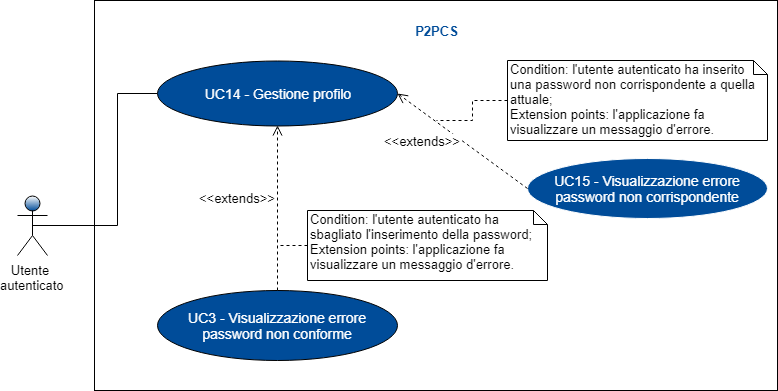
Above: RR/Esterni/Analisi_dei_requisiti/res/images/Schemagenerale5.png in ZeusCode17/P2PCS (draw.io), before the change. Source tidied: cells renumbered, new cells last; positions are measured from the earlier drawing's top-left corner, leaving out a move shared by most shapes. Its diagram source:
```xml
<mxGraphModel>
  <root>
    <mxCell id="0" />
    <mxCell id="1" parent="0" />
    <mxCell id="2" style="rounded=0;whiteSpace=wrap;html=1;" parent="1" vertex="1">
      <mxGeometry x="77" width="683" height="390" as="geometry" />
    </mxCell>
    <mxCell id="3" style="edgeStyle=orthogonalEdgeStyle;rounded=0;jettySize=auto;html=1;endArrow=none;endFill=0;fontSize=14;fontColor=#FFFFFF;exitX=0.5;exitY=0.5;exitDx=0;exitDy=0;exitPerimeter=0;" parent="1" edge="1" source="4" target="5">
      <mxGeometry relative="1" as="geometry">
        <Array as="points">
          <mxPoint x="100" y="225" />
          <mxPoint x="100" y="93" />
        </Array>
      </mxGeometry>
    </mxCell>
    <mxCell id="4" value="Utente&amp;nbsp;&lt;br&gt;autenticato&lt;br style=&quot;font-size: 13px&quot;&gt;" style="shape=umlActor;verticalLabelPosition=bottom;labelBackgroundColor=#ffffff;verticalAlign=top;html=1;shadow=0;strokeColor=#000000;fillColor=#004C99;gradientColor=#ffffff;fontFamily=Helvetica;fontSize=13;fontColor=#000000;gradientDirection=north;" parent="1" vertex="1">
      <mxGeometry y="195" width="30" height="60" as="geometry" />
    </mxCell>
    <mxCell id="5" value="UC14 - Gestione profilo&lt;br&gt;" style="ellipse;whiteSpace=wrap;html=1;fontSize=14;fontColor=#FFFFFF;fillColor=#004C99;" parent="1" vertex="1">
      <mxGeometry x="140" y="60" width="240" height="65" as="geometry" />
    </mxCell>
    <mxCell id="6" value="UC3 - Visualizzazione errore password non conforme" style="ellipse;whiteSpace=wrap;html=1;fontSize=14;fontColor=#FFFFFF;fillColor=#004C99;" parent="1" vertex="1">
      <mxGeometry x="140" y="290" width="240" height="70" as="geometry" />
    </mxCell>
    <mxCell id="7" value="UC15 - Visualizzazione errore password non corrispondente&lt;br&gt;" style="ellipse;whiteSpace=wrap;html=1;strokeColor=#FFFFFF;fillColor=#004C99;fontSize=14;fontColor=#FFFFFF;" parent="1" vertex="1">
      <mxGeometry x="510" y="157.5" width="240" height="60" as="geometry" />
    </mxCell>
    <mxCell id="8" value="P2PCS" style="text;html=1;strokeColor=none;fillColor=none;align=center;verticalAlign=middle;whiteSpace=wrap;rounded=0;fontSize=13;fontStyle=1;fontColor=#004C99;" parent="1" vertex="1">
      <mxGeometry x="382.5" y="20" width="73" height="20" as="geometry" />
    </mxCell>
    <mxCell id="9" value="&amp;lt;&amp;lt;extends&amp;gt;&amp;gt;&lt;br&gt;" style="html=1;verticalAlign=middle;endArrow=open;dashed=1;endSize=8;fontSize=13;fontColor=#000000;entryX=1;entryY=0.5;entryDx=0;entryDy=0;exitX=0;exitY=0.5;exitDx=0;exitDy=0;labelPosition=left;verticalLabelPosition=middle;align=right;" parent="1" edge="1" source="7" target="5">
      <mxGeometry relative="1" as="geometry" />
    </mxCell>
    <mxCell id="10" value="&amp;lt;&amp;lt;extends&amp;gt;&amp;gt;" style="html=1;verticalAlign=bottom;endArrow=open;dashed=1;endSize=8;fontSize=13;fontColor=#000000;labelPosition=left;verticalLabelPosition=top;align=right;exitX=0.5;exitY=0;exitDx=0;exitDy=0;" parent="1" edge="1" source="6" target="5">
      <mxGeometry relative="1" as="geometry" />
    </mxCell>
    <mxCell id="11" style="edgeStyle=orthogonalEdgeStyle;rounded=0;jettySize=auto;html=1;exitX=0;exitY=0.5;exitDx=0;exitDy=0;exitPerimeter=0;dashed=1;endArrow=none;endFill=0;" parent="1" edge="1" source="12">
      <mxGeometry relative="1" as="geometry">
        <mxPoint x="419" y="120" as="targetPoint" />
      </mxGeometry>
    </mxCell>
    <mxCell id="12" value="Condition:&amp;nbsp;l'utente autenticato ha inserito una password non corrispondente a quella attuale;&lt;br style=&quot;font-size: 13px&quot;&gt;Extension points:&amp;nbsp;l'applicazione fa visualizzare un messaggio d'errore.&lt;br style=&quot;font-size: 13px&quot;&gt;" style="shape=note;whiteSpace=wrap;html=1;size=14;verticalAlign=top;align=left;spacingTop=-6;fontSize=13;fontColor=#000000;" parent="1" vertex="1">
      <mxGeometry x="490" y="60" width="260" height="80" as="geometry" />
    </mxCell>
    <mxCell id="13" style="edgeStyle=orthogonalEdgeStyle;rounded=0;jettySize=auto;html=1;exitX=0;exitY=0.5;exitDx=0;exitDy=0;exitPerimeter=0;endArrow=none;endFill=0;dashed=1;" parent="1" edge="1" source="14">
      <mxGeometry relative="1" as="geometry">
        <mxPoint x="260" y="245" as="targetPoint" />
      </mxGeometry>
    </mxCell>
    <mxCell id="14" value="Condition:&amp;nbsp;l'utente autenticato ha sbagliato l'inserimento della password;&lt;br style=&quot;font-size: 13px&quot;&gt;Extension points:&amp;nbsp;l'applicazione fa visualizzare un messaggio d'errore.&lt;br style=&quot;font-size: 13px&quot;&gt;" style="shape=note;whiteSpace=wrap;html=1;size=14;verticalAlign=top;align=left;spacingTop=-6;fontSize=13;fontColor=#000000;" parent="1" vertex="1">
      <mxGeometry x="290" y="210" width="240" height="70" as="geometry" />
    </mxCell>
  </root>
</mxGraphModel>
```
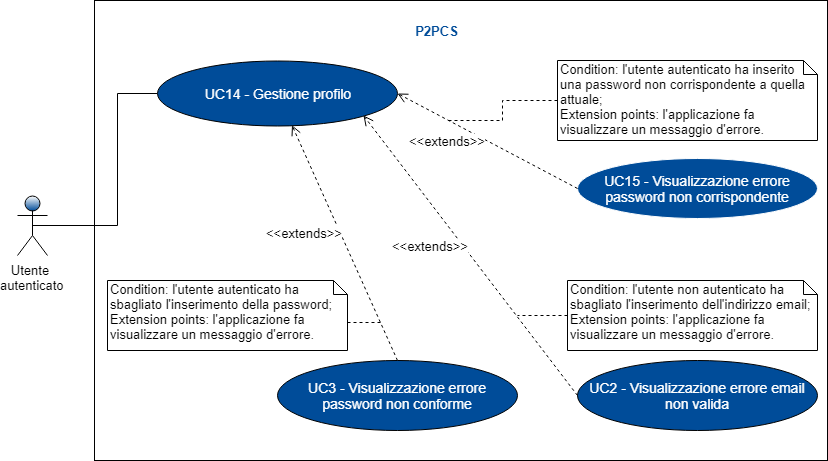
After the change.

The edit, as a diff of the source:
```diff
@@ -3,7 +3,7 @@
     <mxCell id="0" />
     <mxCell id="1" parent="0" />
     <mxCell id="2" style="rounded=0;whiteSpace=wrap;html=1;" parent="1" vertex="1">
-      <mxGeometry x="77" width="683" height="390" as="geometry" />
+      <mxGeometry x="77" width="733" height="460" as="geometry" />
     </mxCell>
     <mxCell id="3" style="edgeStyle=orthogonalEdgeStyle;rounded=0;jettySize=auto;html=1;endArrow=none;endFill=0;fontSize=14;fontColor=#FFFFFF;exitX=0.5;exitY=0.5;exitDx=0;exitDy=0;exitPerimeter=0;" parent="1" edge="1" source="4" target="5">
       <mxGeometry relative="1" as="geometry">
@@ -20,10 +20,10 @@
       <mxGeometry x="140" y="60" width="240" height="65" as="geometry" />
     </mxCell>
     <mxCell id="6" value="UC3 - Visualizzazione errore password non conforme" style="ellipse;whiteSpace=wrap;html=1;fontSize=14;fontColor=#FFFFFF;fillColor=#004C99;" parent="1" vertex="1">
-      <mxGeometry x="140" y="290" width="240" height="70" as="geometry" />
+      <mxGeometry x="260" y="360" width="240" height="70" as="geometry" />
     </mxCell>
     <mxCell id="7" value="UC15 - Visualizzazione errore password non corrispondente&lt;br&gt;" style="ellipse;whiteSpace=wrap;html=1;strokeColor=#FFFFFF;fillColor=#004C99;fontSize=14;fontColor=#FFFFFF;" parent="1" vertex="1">
-      <mxGeometry x="510" y="157.5" width="240" height="60" as="geometry" />
+      <mxGeometry x="560" y="157.5" width="240" height="60" as="geometry" />
     </mxCell>
     <mxCell id="8" value="P2PCS" style="text;html=1;strokeColor=none;fillColor=none;align=center;verticalAlign=middle;whiteSpace=wrap;rounded=0;fontSize=13;fontStyle=1;fontColor=#004C99;" parent="1" vertex="1">
       <mxGeometry x="382.5" y="20" width="73" height="20" as="geometry" />
@@ -36,19 +36,33 @@
     </mxCell>
     <mxCell id="11" style="edgeStyle=orthogonalEdgeStyle;rounded=0;jettySize=auto;html=1;exitX=0;exitY=0.5;exitDx=0;exitDy=0;exitPerimeter=0;dashed=1;endArrow=none;endFill=0;" parent="1" edge="1" source="12">
       <mxGeometry relative="1" as="geometry">
-        <mxPoint x="419" y="120" as="targetPoint" />
+        <mxPoint x="430" y="120" as="targetPoint" />
       </mxGeometry>
     </mxCell>
     <mxCell id="12" value="Condition:&amp;nbsp;l'utente autenticato ha inserito una password non corrispondente a quella attuale;&lt;br style=&quot;font-size: 13px&quot;&gt;Extension points:&amp;nbsp;l'applicazione fa visualizzare un messaggio d'errore.&lt;br style=&quot;font-size: 13px&quot;&gt;" style="shape=note;whiteSpace=wrap;html=1;size=14;verticalAlign=top;align=left;spacingTop=-6;fontSize=13;fontColor=#000000;" parent="1" vertex="1">
-      <mxGeometry x="490" y="60" width="260" height="80" as="geometry" />
+      <mxGeometry x="540" y="60" width="260" height="80" as="geometry" />
     </mxCell>
-    <mxCell id="13" style="edgeStyle=orthogonalEdgeStyle;rounded=0;jettySize=auto;html=1;exitX=0;exitY=0.5;exitDx=0;exitDy=0;exitPerimeter=0;endArrow=none;endFill=0;dashed=1;" parent="1" edge="1" source="14">
-      <mxGeometry relative="1" as="geometry">
-        <mxPoint x="260" y="245" as="targetPoint" />
-      </mxGeometry>
-    </mxCell>
+    <mxCell id="15" style="edgeStyle=orthogonalEdgeStyle;rounded=0;jettySize=auto;html=1;exitX=0;exitY=0;exitDx=240;exitDy=42;exitPerimeter=0;dashed=1;endArrow=none;endFill=0;" parent="1" edge="1" source="14">
+      <mxGeometry relative="1" as="geometry">
+        <mxPoint x="363" y="322" as="targetPoint" />
+      </mxGeometry>
+    </mxCell>
     <mxCell id="14" value="Condition:&amp;nbsp;l'utente autenticato ha sbagliato l'inserimento della password;&lt;br style=&quot;font-size: 13px&quot;&gt;Extension points:&amp;nbsp;l'applicazione fa visualizzare un messaggio d'errore.&lt;br style=&quot;font-size: 13px&quot;&gt;" style="shape=note;whiteSpace=wrap;html=1;size=14;verticalAlign=top;align=left;spacingTop=-6;fontSize=13;fontColor=#000000;" parent="1" vertex="1">
-      <mxGeometry x="290" y="210" width="240" height="70" as="geometry" />
+      <mxGeometry x="90" y="280" width="240" height="70" as="geometry" />
     </mxCell>
+    <mxCell id="16" value="UC2 - Visualizzazione errore email non valida" style="ellipse;whiteSpace=wrap;html=1;fontSize=14;fontColor=#FFFFFF;fillColor=#004C99;" parent="1" vertex="1">
+      <mxGeometry x="560" y="360" width="240" height="70" as="geometry" />
+    </mxCell>
+    <mxCell id="17" style="edgeStyle=orthogonalEdgeStyle;rounded=0;jettySize=auto;html=1;exitX=0;exitY=0.5;exitDx=0;exitDy=0;exitPerimeter=0;dashed=1;endArrow=none;endFill=0;" parent="1" edge="1" source="18">
+      <mxGeometry relative="1" as="geometry">
+        <mxPoint x="500" y="315" as="targetPoint" />
+      </mxGeometry>
+    </mxCell>
+    <mxCell id="18" value="Condition: l'utente non autenticato ha sbagliato l'inserimento dell'indirizzo email; &lt;br&gt;Extension points:&amp;nbsp;l'applicazione fa visualizzare un messaggio d'errore.&lt;br&gt;" style="shape=note;whiteSpace=wrap;html=1;size=14;verticalAlign=top;align=left;spacingTop=-6;fontSize=13;fontColor=#000000;" parent="1" vertex="1">
+      <mxGeometry x="550" y="280" width="250" height="70" as="geometry" />
+    </mxCell>
+    <mxCell id="19" value="&amp;lt;&amp;lt;extends&amp;gt;&amp;gt;" style="html=1;verticalAlign=bottom;endArrow=open;dashed=1;endSize=8;fontSize=13;fontColor=#000000;labelPosition=left;verticalLabelPosition=top;align=right;exitX=0;exitY=0.5;exitDx=0;exitDy=0;entryX=1;entryY=1;entryDx=0;entryDy=0;" parent="1" edge="1" source="16" target="5">
+      <mxGeometry relative="1" as="geometry" />
+    </mxCell>
   </root>
 </mxGraphModel>
```
